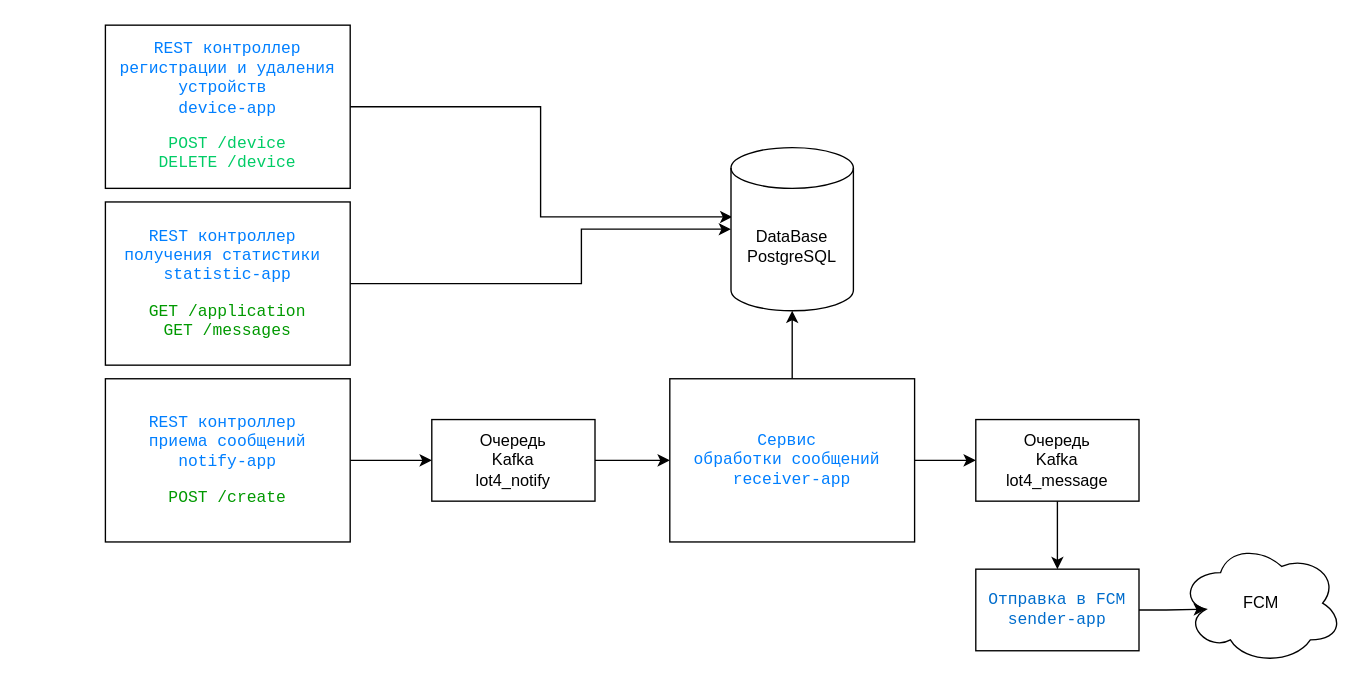
Earlier version of the draw.io diagram doc/diag.drawio (cherepakhin/lot4). Source tidied: cells renumbered, new cells numbered last; positions are measured from the earlier drawing's top-left corner, leaving out a move shared by most shapes. Both pictures are drawn from the tidied source at 136%, with x=0, y=0 at pixel (105, 24).
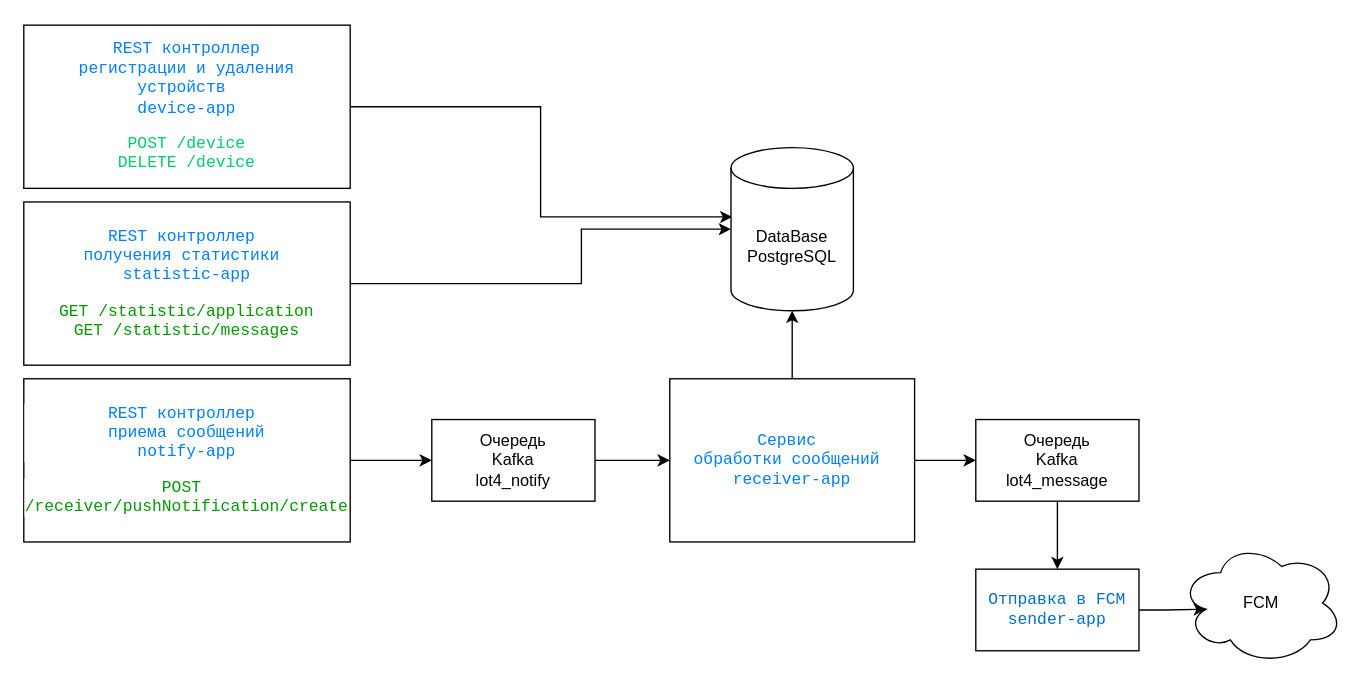
After the change.

Commit message (it also covers changes not shown here):
add notify-app

Diff of the diagram source:
```diff
@@
     <mxCell id="3" value="&lt;pre style=&quot;background-color: rgb(255 , 255 , 255) ; font-family: &amp;#34;liberation mono&amp;#34; , monospace&quot;&gt;&lt;font color=&quot;#007fff&quot;&gt;REST контроллер&lt;br&gt;регистрации и удаления&lt;br&gt;устройств &lt;br&gt;device-app&lt;/font&gt;&lt;/pre&gt;&lt;pre style=&quot;background-color: rgb(255 , 255 , 255) ; font-family: &amp;#34;liberation mono&amp;#34; , monospace&quot;&gt;&lt;pre style=&quot;font-family: &amp;#34;liberation mono&amp;#34; , monospace&quot;&gt;&lt;font color=&quot;#00cc66&quot;&gt;POST /device&lt;br/&gt;DELETE /device&lt;/font&gt;&lt;/pre&gt;&lt;/pre&gt;" style="rounded=0;whiteSpace=wrap;html=1;" parent="1" vertex="1">
-      <mxGeometry width="180" height="120" as="geometry" />
+      <mxGeometry x="-60" width="240" height="120" as="geometry" />
     </mxCell>
@@
-    <mxCell id="14" value="&lt;pre style=&quot;background-color: rgb(255 , 255 , 255) ; font-family: &amp;#34;liberation mono&amp;#34; , monospace&quot;&gt;&lt;font color=&quot;#007fff&quot;&gt;REST контроллер &lt;br&gt;получения статистики &lt;br&gt;statistic-app&lt;/font&gt;&lt;/pre&gt;&lt;pre style=&quot;background-color: rgb(255 , 255 , 255) ; font-family: &amp;#34;liberation mono&amp;#34; , monospace&quot;&gt;&lt;font color=&quot;#009900&quot;&gt;GET /application&lt;br/&gt;GET /messages&lt;/font&gt;&lt;/pre&gt;" style="rounded=0;whiteSpace=wrap;html=1;direction=south;" parent="1" vertex="1">
-      <mxGeometry y="130" width="180" height="120" as="geometry" />
+    <mxCell id="14" value="&lt;pre style=&quot;background-color: rgb(255 , 255 , 255) ; font-family: &amp;#34;liberation mono&amp;#34; , monospace&quot;&gt;&lt;font color=&quot;#007fff&quot;&gt;REST контроллер &lt;br&gt;получения статистики &lt;br&gt;statistic-app&lt;/font&gt;&lt;/pre&gt;&lt;pre style=&quot;background-color: rgb(255 , 255 , 255) ; font-family: &amp;#34;liberation mono&amp;#34; , monospace&quot;&gt;&lt;font color=&quot;#009900&quot;&gt;GET /statistic/application&lt;br/&gt;&lt;font style=&quot;white-space: normal&quot;&gt;GET &lt;/font&gt;&lt;span style=&quot;white-space: normal&quot;&gt;/statistic/messages&lt;/span&gt;&lt;/font&gt;&lt;/pre&gt;" style="rounded=0;whiteSpace=wrap;html=1;direction=south;" parent="1" vertex="1">
+      <mxGeometry x="-60" y="130" width="240" height="120" as="geometry" />
     </mxCell>
@@
-    <mxCell id="16" value="&lt;pre style=&quot;background-color: rgb(255 , 255 , 255) ; font-family: &amp;#34;liberation mono&amp;#34; , monospace&quot;&gt;&lt;font color=&quot;#007fff&quot;&gt;REST контроллер &lt;br&gt;приема сообщений&lt;br/&gt;notify-app&lt;/font&gt;&lt;/pre&gt;&lt;pre style=&quot;background-color: rgb(255 , 255 , 255) ; font-family: &amp;#34;liberation mono&amp;#34; , monospace&quot;&gt;&lt;font color=&quot;#009900&quot;&gt;POST /create&lt;br&gt;&lt;/font&gt;&lt;/pre&gt;" style="rounded=0;whiteSpace=wrap;html=1;direction=south;" parent="1" vertex="1">
-      <mxGeometry y="260" width="180" height="120" as="geometry" />
+    <mxCell id="16" value="&lt;pre style=&quot;background-color: rgb(255 , 255 , 255) ; font-family: &amp;#34;liberation mono&amp;#34; , monospace&quot;&gt;&lt;font color=&quot;#007fff&quot;&gt;REST контроллер &lt;br&gt;приема сообщений&lt;br&gt;notify-app&lt;/font&gt;&lt;/pre&gt;&lt;pre style=&quot;background-color: rgb(255 , 255 , 255) ; font-family: &amp;#34;liberation mono&amp;#34; , monospace&quot;&gt;&lt;font color=&quot;#009900&quot;&gt;POST &lt;br&gt;/receiver/pushNotification/create&lt;/font&gt;&lt;/pre&gt;" style="rounded=0;whiteSpace=wrap;html=1;direction=south;" parent="1" vertex="1">
+      <mxGeometry x="-60" y="260" width="240" height="120" as="geometry" />
     </mxCell>
```
